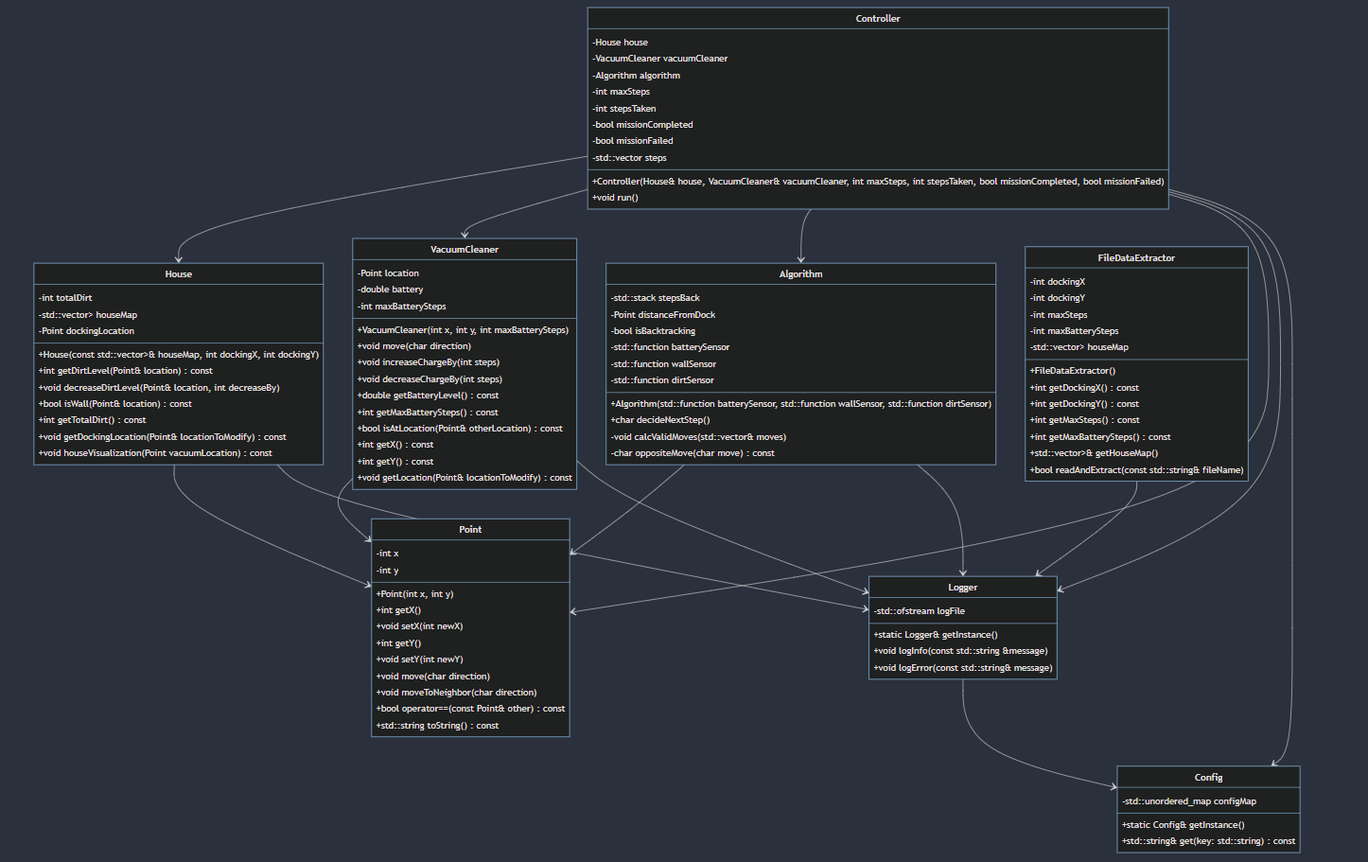
Above: mermaid/classDiagram.png in AmitRockBear/Advanced_Topics_In_Programming_hw1 (Mermaid), before the change. Its source is kept beside it as mermaid/classDiagram.mmd.
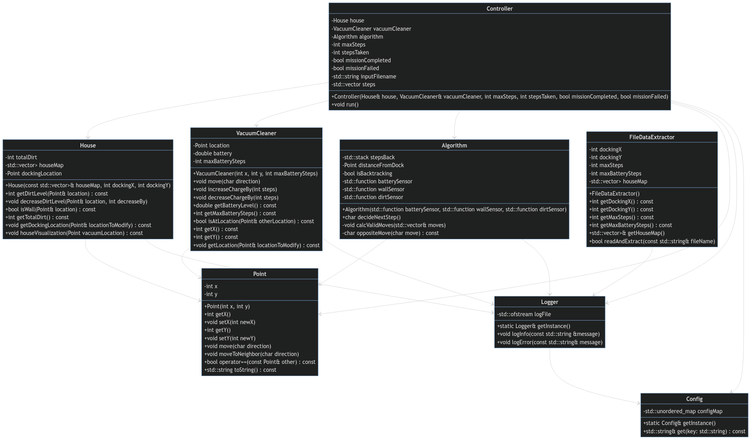
Later version of the same file.

The edit, as a diff of the source:
```diff
@@ -78,6 +78,7 @@
         -int stepsTaken
         -bool missionCompleted
         -bool missionFailed
+        -std::string inputFilename
         -std::vector<char> steps
         +Controller(House& house, VacuumCleaner& vacuumCleaner, int maxSteps, int stepsTaken, bool missionCompleted, bool missionFailed)
         +void run()
```
